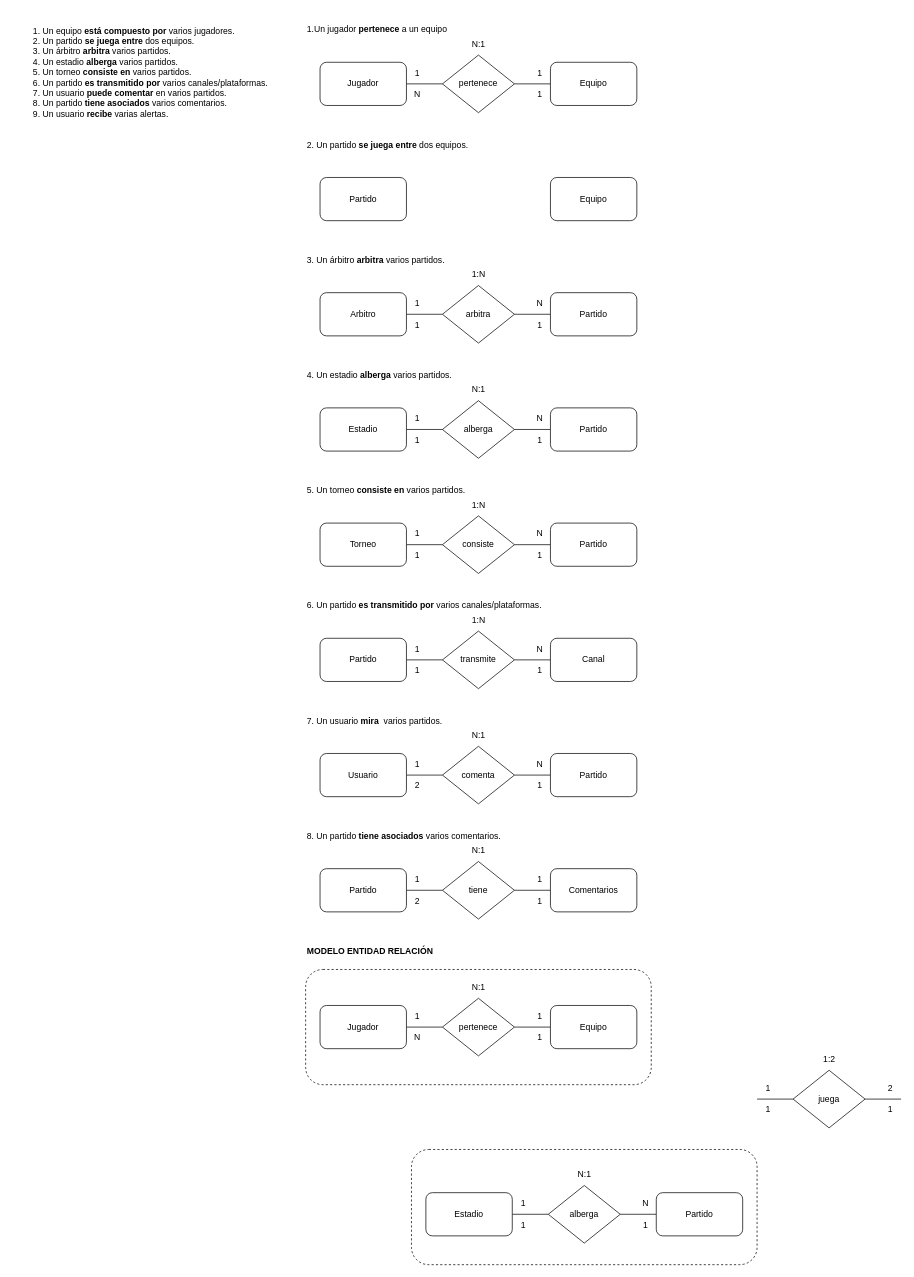
Above: lic/P9_Futbol.drawio in Abigail08082001/diagramasBasedeDatos (draw.io), before the change. Source tidied: cells renumbered, new cells numbered last; positions are measured from the earlier drawing's top-left corner, leaving out a move shared by most shapes. Both pictures are drawn from the tidied source at 72%, with x=0, y=0 at pixel (12, 12).
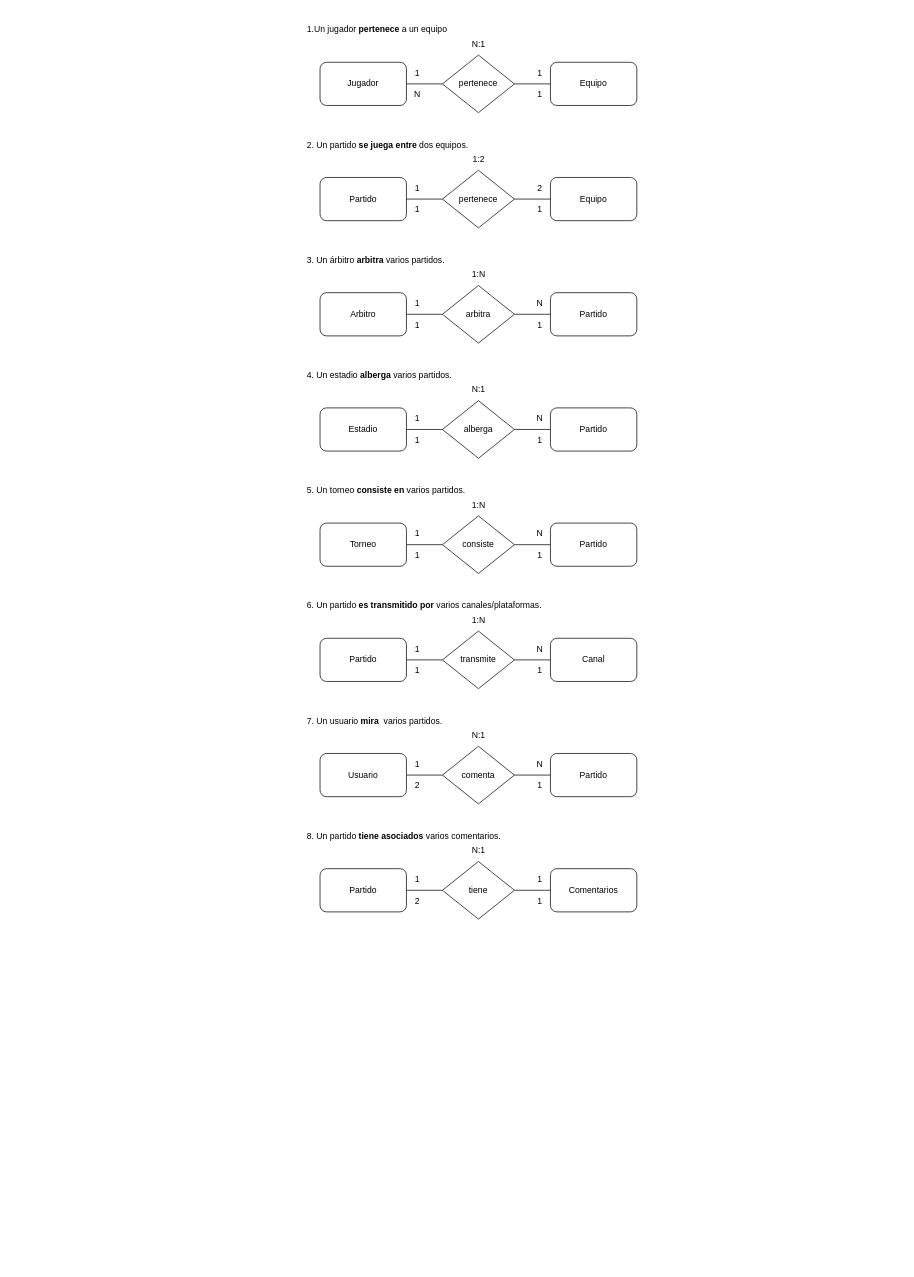
After the change.

Diff of the diagram source:
```diff
@@
-    <mxCell id="2" value="&lt;div align=&quot;left&quot;&gt;&lt;ol&gt;&lt;li&gt;Un equipo &lt;strong&gt;está compuesto por&lt;/strong&gt; varios jugadores.&lt;/li&gt;&lt;li&gt;Un partido &lt;strong&gt;se juega entre&lt;/strong&gt; dos equipos.&lt;/li&gt;&lt;li&gt;Un árbitro &lt;strong&gt;arbitra&lt;/strong&gt; varios partidos.&lt;/li&gt;&lt;li&gt;Un estadio &lt;strong&gt;alberga&lt;/strong&gt; varios partidos.&lt;/li&gt;&lt;li&gt;Un torneo &lt;strong&gt;consiste en&lt;/strong&gt; varios partidos.&lt;/li&gt;&lt;li&gt;Un partido &lt;strong&gt;es transmitido por&lt;/strong&gt; varios canales/plataformas.&lt;/li&gt;&lt;li&gt;Un usuario &lt;strong&gt;puede comentar&lt;/strong&gt; en varios partidos.&lt;/li&gt;&lt;li&gt;Un partido &lt;strong&gt;tiene asociados&lt;/strong&gt; varios comentarios.&lt;/li&gt;&lt;li&gt;Un usuario &lt;strong&gt;recibe&lt;/strong&gt; varias alertas.&lt;/li&gt;&lt;/ol&gt;&lt;/div&gt;&lt;br/&gt;" style="text;html=1;align=left;verticalAlign=middle;strokeColor=none;fillColor=none;" parent="1" vertex="1">
-      <mxGeometry width="380" height="180" as="geometry" />
-    </mxCell>
@@
-    <mxCell id="15" value="juega" style="rhombus;whiteSpace=wrap;html=1;" parent="1" vertex="1">
-      <mxGeometry x="1084" y="1469" width="100" height="80" as="geometry" />
-    </mxCell>
-    <mxCell id="16" style="edgeStyle=none;rounded=0;jettySize=auto;html=1;exitX=1;exitY=0.5;exitDx=0;exitDy=0;entryX=0;entryY=0.5;entryDx=0;entryDy=0;endArrow=none;endFill=0;" parent="1" edge="1" target="15">
-      <mxGeometry relative="1" as="geometry">
-        <mxPoint x="1034" y="1509" as="sourcePoint" />
-      </mxGeometry>
-    </mxCell>
@@
-    <mxCell id="18" style="edgeStyle=none;rounded=0;jettySize=auto;html=1;exitX=0;exitY=0.5;exitDx=0;exitDy=0;entryX=1;entryY=0.5;entryDx=0;entryDy=0;endArrow=none;endFill=0;" parent="1" edge="1" target="15">
-      <mxGeometry relative="1" as="geometry">
-        <mxPoint x="1234" y="1509" as="sourcePoint" />
-      </mxGeometry>
-    </mxCell>
@@
-    <mxCell id="20" value="1:2" style="text;html=1;align=center;verticalAlign=middle;strokeColor=none;fillColor=none;" parent="1" vertex="1">
-      <mxGeometry x="1114" y="1439" width="40" height="30" as="geometry" />
-    </mxCell>
-    <mxCell id="21" value="1" style="text;html=1;align=center;verticalAlign=middle;strokeColor=none;fillColor=none;" parent="1" vertex="1">
-      <mxGeometry x="1034" y="1479" width="30" height="30" as="geometry" />
-    </mxCell>
-    <mxCell id="22" value="1" style="text;html=1;align=center;verticalAlign=middle;strokeColor=none;fillColor=none;" parent="1" vertex="1">
-      <mxGeometry x="1034" y="1509" width="30" height="30" as="geometry" />
-    </mxCell>
-    <mxCell id="23" value="2" style="text;html=1;align=center;verticalAlign=middle;strokeColor=none;fillColor=none;" parent="1" vertex="1">
-      <mxGeometry x="1204" y="1479" width="30" height="30" as="geometry" />
-    </mxCell>
-    <mxCell id="24" value="1" style="text;html=1;align=center;verticalAlign=middle;strokeColor=none;fillColor=none;" parent="1" vertex="1">
-      <mxGeometry x="1204" y="1509" width="30" height="30" as="geometry" />
-    </mxCell>
@@
-    <mxCell id="91" value="&lt;b&gt;MODELO ENTIDAD RELACIÓN&lt;br&gt;&lt;/b&gt;" style="text;html=1;align=left;verticalAlign=middle;strokeColor=none;fillColor=none;" parent="1" vertex="1">
-      <mxGeometry x="407" y="1289" width="200" height="30" as="geometry" />
-    </mxCell>
-    <mxCell id="92" style="rounded=1;whiteSpace=wrap;html=1;dashed=1;fillColor=none;" parent="1" vertex="1">
-      <mxGeometry x="407" y="1329" width="480" height="160" as="geometry" />
-    </mxCell>
     <mxCell id="93" value="pertenece" style="rhombus;whiteSpace=wrap;html=1;" parent="1" vertex="1">
-      <mxGeometry x="597" y="1369" width="100" height="80" as="geometry" />
+      <mxGeometry x="597" y="219" width="100" height="80" as="geometry" />
     </mxCell>
-    <mxCell id="94" style="edgeStyle=none;rounded=0;jettySize=auto;html=1;exitX=1;exitY=0.5;exitDx=0;exitDy=0;entryX=0;entryY=0.5;entryDx=0;entryDy=0;endArrow=none;endFill=0;" parent="1" edge="1" source="95" target="93">
-      <mxGeometry relative="1" as="geometry" />
-    </mxCell>
-    <mxCell id="95" value="Jugador" style="rounded=1;whiteSpace=wrap;html=1;" parent="1" vertex="1">
-      <mxGeometry x="427" y="1379" width="120" height="60" as="geometry" />
-    </mxCell>
-    <mxCell id="96" style="edgeStyle=none;rounded=0;jettySize=auto;html=1;exitX=0;exitY=0.5;exitDx=0;exitDy=0;entryX=1;entryY=0.5;entryDx=0;entryDy=0;endArrow=none;endFill=0;" parent="1" edge="1" source="97" target="93">
-      <mxGeometry relative="1" as="geometry" />
-    </mxCell>
-    <mxCell id="97" value="&lt;div&gt;Equipo&lt;/div&gt;" style="rounded=1;whiteSpace=wrap;html=1;strokeColor=default;gradientColor=none;shadow=0;" parent="1" vertex="1">
-      <mxGeometry x="747" y="1379" width="120" height="60" as="geometry" />
-    </mxCell>
-    <mxCell id="98" value="N:1" style="text;html=1;align=center;verticalAlign=middle;strokeColor=none;fillColor=none;" parent="1" vertex="1">
-      <mxGeometry x="627" y="1339" width="40" height="30" as="geometry" />
-    </mxCell>
-    <mxCell id="99" value="1" style="text;html=1;align=center;verticalAlign=middle;strokeColor=none;fillColor=none;" parent="1" vertex="1">
-      <mxGeometry x="547" y="1379" width="30" height="30" as="geometry" />
-    </mxCell>
-    <mxCell id="100" value="N" style="text;html=1;align=center;verticalAlign=middle;strokeColor=none;fillColor=none;" parent="1" vertex="1">
-      <mxGeometry x="547" y="1409" width="30" height="30" as="geometry" />
-    </mxCell>
-    <mxCell id="101" value="1" style="text;html=1;align=center;verticalAlign=middle;strokeColor=none;fillColor=none;" parent="1" vertex="1">
-      <mxGeometry x="717" y="1379" width="30" height="30" as="geometry" />
-    </mxCell>
-    <mxCell id="102" value="1" style="text;html=1;align=center;verticalAlign=middle;strokeColor=none;fillColor=none;" parent="1" vertex="1">
-      <mxGeometry x="717" y="1409" width="30" height="30" as="geometry" />
-    </mxCell>
-    <mxCell id="103" value="alberga" style="rhombus;whiteSpace=wrap;html=1;" parent="1" vertex="1">
-      <mxGeometry x="744" y="1629" width="100" height="80" as="geometry" />
-    </mxCell>
-    <mxCell id="104" style="edgeStyle=none;rounded=0;jettySize=auto;html=1;exitX=1;exitY=0.5;exitDx=0;exitDy=0;entryX=0;entryY=0.5;entryDx=0;entryDy=0;endArrow=none;endFill=0;" parent="1" edge="1" source="105" target="103">
-      <mxGeometry relative="1" as="geometry" />
-    </mxCell>
-    <mxCell id="105" value="Estadio" style="rounded=1;whiteSpace=wrap;html=1;" parent="1" vertex="1">
-      <mxGeometry x="574" y="1639" width="120" height="60" as="geometry" />
-    </mxCell>
-    <mxCell id="106" style="edgeStyle=none;rounded=0;jettySize=auto;html=1;exitX=0;exitY=0.5;exitDx=0;exitDy=0;entryX=1;entryY=0.5;entryDx=0;entryDy=0;endArrow=none;endFill=0;" parent="1" edge="1" source="107" target="103">
-      <mxGeometry relative="1" as="geometry" />
-    </mxCell>
-    <mxCell id="107" value="Partido" style="rounded=1;whiteSpace=wrap;html=1;" parent="1" vertex="1">
-      <mxGeometry x="894" y="1639" width="120" height="60" as="geometry" />
-    </mxCell>
-    <mxCell id="108" value="N:1" style="text;html=1;align=center;verticalAlign=middle;strokeColor=none;fillColor=none;" parent="1" vertex="1">
-      <mxGeometry x="774" y="1599" width="40" height="30" as="geometry" />
-    </mxCell>
-    <mxCell id="109" value="1" style="text;html=1;align=center;verticalAlign=middle;strokeColor=none;fillColor=none;" parent="1" vertex="1">
-      <mxGeometry x="694" y="1639" width="30" height="30" as="geometry" />
-    </mxCell>
-    <mxCell id="110" value="1" style="text;html=1;align=center;verticalAlign=middle;strokeColor=none;fillColor=none;" parent="1" vertex="1">
-      <mxGeometry x="694" y="1669" width="30" height="30" as="geometry" />
-    </mxCell>
-    <mxCell id="111" value="N" style="text;html=1;align=center;verticalAlign=middle;strokeColor=none;fillColor=none;" parent="1" vertex="1">
-      <mxGeometry x="864" y="1639" width="30" height="30" as="geometry" />
-    </mxCell>
-    <mxCell id="112" value="1" style="text;html=1;align=center;verticalAlign=middle;strokeColor=none;fillColor=none;" parent="1" vertex="1">
-      <mxGeometry x="864" y="1669" width="30" height="30" as="geometry" />
-    </mxCell>
-    <mxCell id="113" style="rounded=1;whiteSpace=wrap;html=1;dashed=1;fillColor=none;" parent="1" vertex="1">
-      <mxGeometry x="554" y="1579" width="480" height="160" as="geometry" />
-    </mxCell>
+    <mxCell id="114" style="edgeStyle=none;rounded=0;jettySize=auto;html=1;exitX=1;exitY=0.5;exitDx=0;exitDy=0;entryX=0;entryY=0.5;entryDx=0;entryDy=0;endArrow=none;endFill=0;" parent="1" edge="1" target="93">
+      <mxGeometry relative="1" as="geometry">
+        <mxPoint x="547" y="259" as="sourcePoint" />
+      </mxGeometry>
+    </mxCell>
+    <mxCell id="115" style="edgeStyle=none;rounded=0;jettySize=auto;html=1;exitX=0;exitY=0.5;exitDx=0;exitDy=0;entryX=1;entryY=0.5;entryDx=0;entryDy=0;endArrow=none;endFill=0;" parent="1" edge="1" target="93">
+      <mxGeometry relative="1" as="geometry">
+        <mxPoint x="747" y="259" as="sourcePoint" />
+      </mxGeometry>
+    </mxCell>
+    <mxCell id="20" value="1:2" style="text;html=1;align=center;verticalAlign=middle;strokeColor=none;fillColor=none;" parent="1" vertex="1">
+      <mxGeometry x="627" y="189" width="40" height="30" as="geometry" />
+    </mxCell>
+    <mxCell id="116" value="1" style="text;html=1;align=center;verticalAlign=middle;strokeColor=none;fillColor=none;" parent="1" vertex="1">
+      <mxGeometry x="547" y="229" width="30" height="30" as="geometry" />
+    </mxCell>
+    <mxCell id="117" value="1" style="text;html=1;align=center;verticalAlign=middle;strokeColor=none;fillColor=none;" parent="1" vertex="1">
+      <mxGeometry x="547" y="259" width="30" height="30" as="geometry" />
+    </mxCell>
+    <mxCell id="23" value="2" style="text;html=1;align=center;verticalAlign=middle;strokeColor=none;fillColor=none;" parent="1" vertex="1">
+      <mxGeometry x="717" y="229" width="30" height="30" as="geometry" />
+    </mxCell>
+    <mxCell id="118" value="1" style="text;html=1;align=center;verticalAlign=middle;strokeColor=none;fillColor=none;" parent="1" vertex="1">
+      <mxGeometry x="717" y="259" width="30" height="30" as="geometry" />
+    </mxCell>
```
